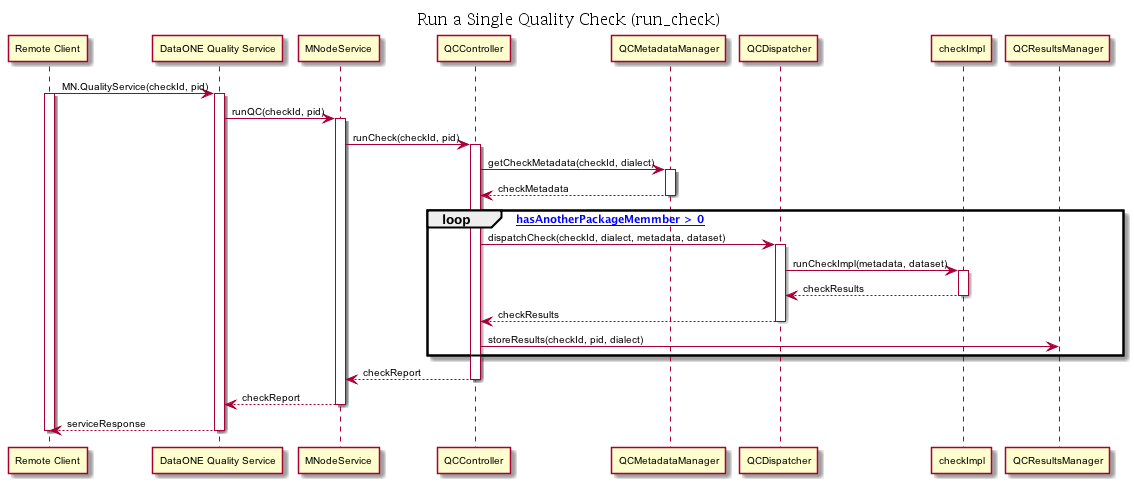
Above: docs/docutils/images/mqe-run_check-sequence.png in gothub/sandbox (PlantUML), before the change. Source of this version:
```plantuml
@startuml images/mqe-run_check-sequence.png
skinparam activityFontColor black
skinparam activityFontSize 10
skinparam activityFontName arial
skinparam activityArrowFontColor black
skinparam activityArrowFontSize 10
skinparam activityArrowFontName arial
skinparam classArrowFontColor black
skinparam classArrowFontSize 10
skinparam classArrowFontName arial
skinparam classAttributeFontColor black
skinparam classAttributeFontSize 10
skinparam classAttributeFontName arial
skinparam classFontColor black
skinparam classFontSize 10
skinparam classFontName arial
skinparam componentFontColor black
skinparam componentFontSize 10
skinparam componentFontName arial
skinparam componentArrowFontColor black
skinparam componentArrowFontSize 10
skinparam componentArrowFontName arial
skinparam noteFontColor black
skinparam noteFontSize 10
skinparam noteFontName arial
skinparam packageFontColor black
skinparam packageFontSize 10
skinparam packageFontName arial
skinparam sequenceActorFontColor black
skinparam sequenceActorFontSize 10
skinparam sequenceActorFontName arial
skinparam sequenceArrowFontColor black
skinparam sequenceArrowFontSize 10
skinparam sequenceArrowFontName arial
skinparam sequenceGroupingFontColor black
skinparam sequenceGroupingFontSize 10
skinparam sequenceGroupingFontName arial
skinparam sequenceGroupingHeaderFontColor black
skinparam sequenceGroupingHeaderFontSize 10
skinparam sequenceGroupingHeaderFontName arial
skinparam sequenceParticipantFontColor black
skinparam sequenceParticipantFontSize 10
skinparam sequenceParticipantFontName arial
skinparam sequenceTitleFontColor black
skinparam sequenceTitleFontSize 10
skinparam sequenceTitleFontName arial
skinparam titleFontColor black
skinparam titleFontSize 10
skinparam titleFontName arial
skinparam usecaseFontColor black
skinparam usecaseFontSize 7
skinparam usecaseFontName arial
skinparam usecaseActorFontColor black
skinparam usecaseActorFontSize 7
skinparam usecaseActorFontName arial
skinparam usecaseArrowFontColor black
skinparam usecaseArrowFontSize 7
skinparam usecaseArrowFontName arial
skinparam {
      sequenceTitleFontColor black
              sequenceTitleFontSize 16
              sequenceTitleFontStyle normal
              sequenceTitleFontName Lucida Bright
      }
      title: Run a Single Quality Check (run_check)

      "Remote Client" -> "DataONE Quality Service": MN.QualityService(checkId, pid)
      activate "Remote Client"
      activate "DataONE Quality Service"
      "DataONE Quality Service" -> MNodeService : runQC(checkId, pid)
      activate "MNodeService"
      MNodeService -> QCController : runCheck(checkId, pid)
      activate QCController
      QCController -> QCMetadataManager : getCheckMetadata(checkId, dialect)
      activate QCMetadataManager
      QCMetadataManager --> QCController : checkMetadata
      deactivate QCMetadataManager
      loop [ hasAnotherPackageMemmber > 0]
      QCController -> QCDispatcher : dispatchCheck(checkId, dialect, metadata, dataset)
        activate QCDispatcher
        QCDispatcher -> checkImpl : runCheckImpl(metadata, dataset)
        activate checkImpl
        checkImpl --> QCDispatcher : checkResults
        deactivate checkImpl
        QCDispatcher --> QCController : checkResults
        deactivate QCDispatcher
        QCController -> QCResultsManager : storeResults(checkId, pid, dialect)
      end
      QCController --> MNodeService : checkReport
      deactivate QCController
      MNodeService --> "DataONE Quality Service" : checkReport
      deactivate "MNodeService"
      "DataONE Quality Service" --> "Remote Client" : serviceResponse
      deactivate "DataONE Quality Service"
      deactivate "Remote Client"

@enduml
```
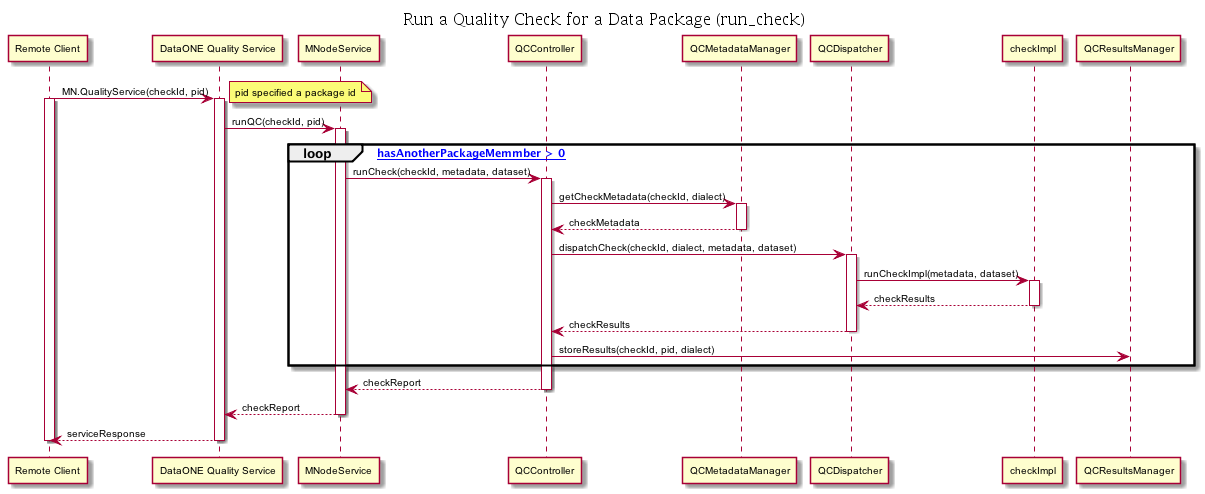
Above is the later version.

The edit, as a diff of the source:
```diff
@@ -62,20 +62,21 @@
               sequenceTitleFontStyle normal
               sequenceTitleFontName Lucida Bright
       }
-      title: Run a Single Quality Check (run_check)
+      title: Run a Quality Check for a Data Package (run_check)
 
       "Remote Client" -> "DataONE Quality Service": MN.QualityService(checkId, pid)
       activate "Remote Client"
+      note right: pid specified a package id
       activate "DataONE Quality Service"
       "DataONE Quality Service" -> MNodeService : runQC(checkId, pid)
       activate "MNodeService"
-      MNodeService -> QCController : runCheck(checkId, pid)
+      loop [ hasAnotherPackageMemmber > 0]
+      MNodeService -> QCController : runCheck(checkId, metadata, dataset)
       activate QCController
       QCController -> QCMetadataManager : getCheckMetadata(checkId, dialect)
       activate QCMetadataManager
       QCMetadataManager --> QCController : checkMetadata
       deactivate QCMetadataManager
-      loop [ hasAnotherPackageMemmber > 0]
       QCController -> QCDispatcher : dispatchCheck(checkId, dialect, metadata, dataset)
         activate QCDispatcher
         QCDispatcher -> checkImpl : runCheckImpl(metadata, dataset)
```
